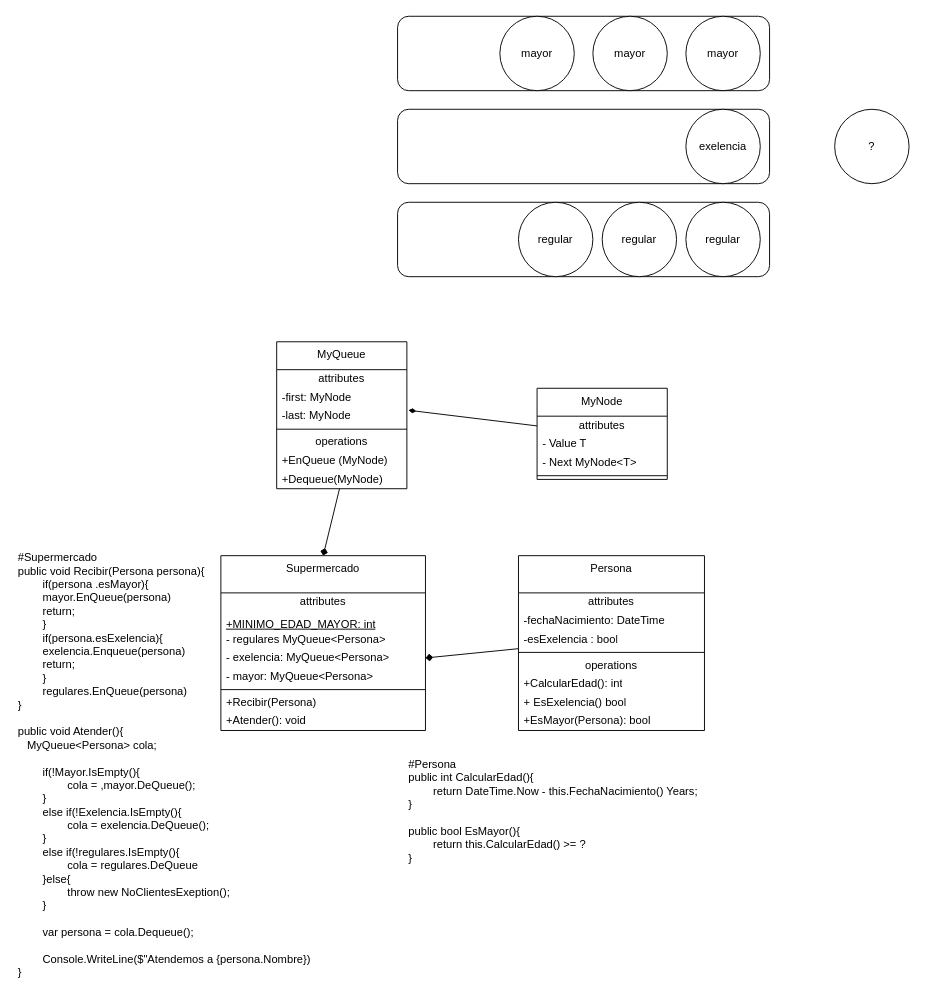
Above: Unidad_2_Programacion/clase5_UML+PATRONES/Supermercado/diagrama/super.dio in EdgarSteinberg/UTN-Programacion-II (draw.io), before the change. Source tidied: cells renumbered, new cells numbered last; positions are measured from the earlier drawing's top-left corner, leaving out a move shared by most shapes. Both pictures are drawn from the tidied source at 93%, with x=0, y=0 at pixel (16, 16).
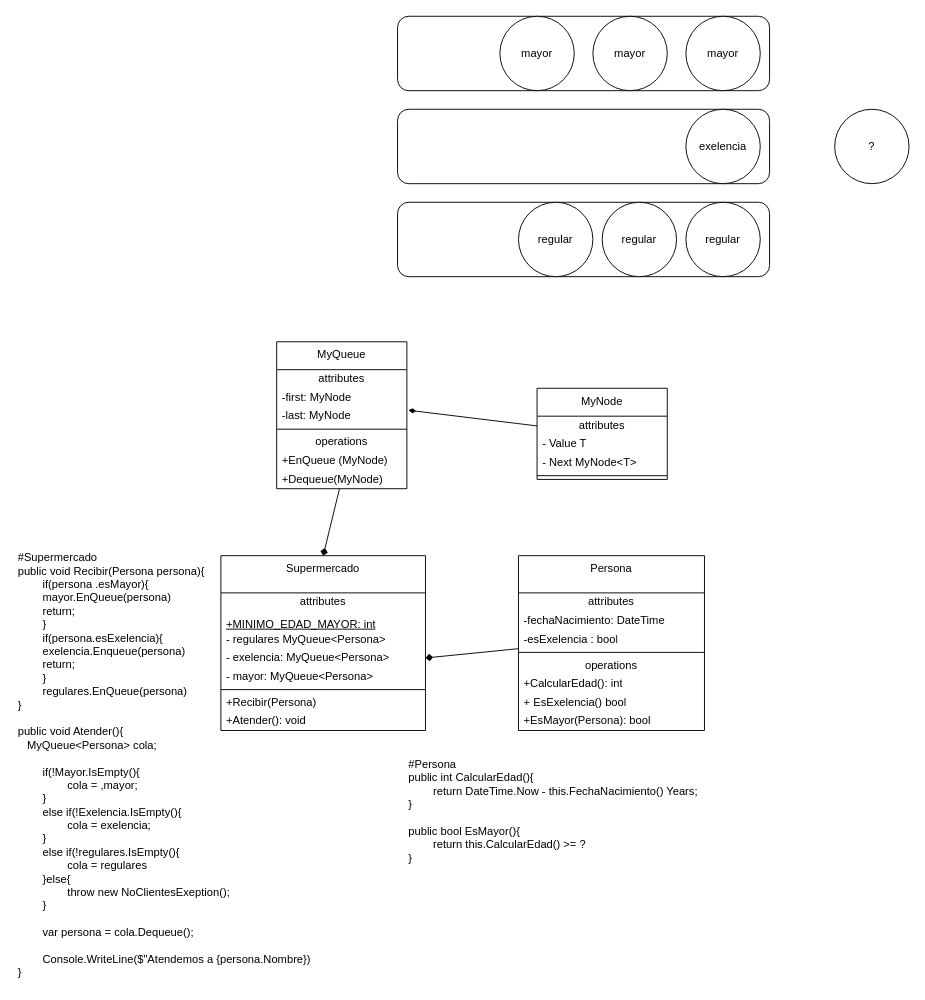
The same diagram, later.

Commit message (it also covers changes not shown here):
agregando clases supermercado y persona

The edit, as a diff of the source:
```diff
@@
-    <mxCell id="47" value="#Supermercado&lt;div&gt;public void Recibir(Persona persona){&lt;/div&gt;&lt;div&gt;&lt;span style=&quot;white-space: pre;&quot;&gt;&#9;&lt;/span&gt;if(persona .esMayor){&lt;/div&gt;&lt;div&gt;&lt;span style=&quot;white-space: pre;&quot;&gt;&#9;&lt;/span&gt;mayor.EnQueue(persona)&lt;/div&gt;&lt;div&gt;&lt;span style=&quot;white-space: pre;&quot;&gt;&#9;&lt;/span&gt;return;&lt;/div&gt;&lt;div&gt;&lt;span style=&quot;white-space: pre;&quot;&gt;&#9;&lt;/span&gt;}&lt;/div&gt;&lt;div&gt;&lt;span style=&quot;white-space: pre;&quot;&gt;&#9;&lt;/span&gt;if(persona.esExelencia){&lt;/div&gt;&lt;div&gt;&lt;span style=&quot;white-space: pre;&quot;&gt;&#9;&lt;/span&gt;exelencia.Enqueue(persona)&lt;/div&gt;&lt;div&gt;&lt;span style=&quot;white-space: pre;&quot;&gt;&#9;&lt;/span&gt;return;&lt;/div&gt;&lt;div&gt;&lt;span style=&quot;white-space: pre;&quot;&gt;&#9;&lt;/span&gt;}&lt;/div&gt;&lt;div&gt;&lt;span style=&quot;white-space: pre;&quot;&gt;&#9;&lt;/span&gt;regulares.EnQueue(persona)&lt;br&gt;&lt;/div&gt;&lt;div&gt;}&lt;/div&gt;&lt;div&gt;&lt;br&gt;&lt;/div&gt;&lt;div&gt;public void Atender(){&lt;/div&gt;&lt;div&gt;&amp;nbsp; &amp;nbsp;MyQueue&amp;lt;Persona&amp;gt; cola;&amp;nbsp;&lt;/div&gt;&lt;div&gt;&lt;br&gt;&lt;/div&gt;&lt;div&gt;&lt;span style=&quot;white-space: pre;&quot;&gt;&#9;&lt;/span&gt;if(!Mayor.IsEmpty(){&lt;/div&gt;&lt;div&gt;&lt;span style=&quot;white-space: pre;&quot;&gt;&#9;&lt;/span&gt;&lt;span style=&quot;white-space: pre;&quot;&gt;&#9;&lt;/span&gt;cola = ,mayor.DeQueue();&lt;br&gt;&lt;/div&gt;&lt;div&gt;&lt;span style=&quot;white-space: pre;&quot;&gt;&#9;&lt;/span&gt;}&lt;br&gt;&lt;/div&gt;&lt;div&gt;&lt;span style=&quot;white-space: pre;&quot;&gt;&#9;&lt;/span&gt;else if(!Exelencia.IsEmpty(){&lt;/div&gt;&lt;div&gt;&lt;span style=&quot;white-space: pre;&quot;&gt;&#9;&lt;span style=&quot;white-space: pre;&quot;&gt;&#9;&lt;/span&gt;cola = exelencia.DeQueue();&lt;/span&gt;&lt;/div&gt;&lt;div&gt;&lt;span style=&quot;white-space: pre;&quot;&gt;&#9;&lt;/span&gt;}&lt;br&gt;&lt;/div&gt;&lt;div&gt;&lt;span style=&quot;white-space: pre;&quot;&gt;&#9;&lt;/span&gt;else if(!regulares.IsEmpty(){&lt;/div&gt;&lt;div&gt;&lt;span style=&quot;white-space: pre;&quot;&gt;&#9;&lt;span style=&quot;white-space: pre;&quot;&gt;&#9;&lt;/span&gt;cola = regulares.DeQueue&lt;/span&gt;&lt;/div&gt;&lt;div&gt;&lt;span style=&quot;white-space: pre;&quot;&gt;&#9;&lt;/span&gt;}else{&lt;span style=&quot;white-space: pre;&quot;&gt;&#9;&lt;/span&gt;&lt;/div&gt;&lt;div&gt;&lt;span style=&quot;white-space: pre;&quot;&gt;&#9;&lt;span style=&quot;white-space: pre;&quot;&gt;&#9;&lt;/span&gt;throw new NoClientesExeption();&lt;/span&gt;&lt;/div&gt;&lt;div&gt;&lt;span style=&quot;white-space: pre;&quot;&gt;&#9;&lt;/span&gt;}&lt;br&gt;&lt;/div&gt;&lt;div&gt;&lt;br&gt;&lt;/div&gt;&lt;div&gt;&lt;span style=&quot;white-space: pre;&quot;&gt;&#9;&lt;/span&gt;var persona = cola.Dequeue();&lt;br&gt;&lt;/div&gt;&lt;div&gt;&lt;br&gt;&lt;/div&gt;&lt;div&gt;&lt;span style=&quot;white-space: pre;&quot;&gt;&#9;&lt;/span&gt;Console.WriteLine($&quot;Atendemos a {persona.Nombre})&lt;br&gt;&lt;/div&gt;&lt;div&gt;}&lt;/div&gt;" style="text;html=1;align=left;verticalAlign=middle;strokeColor=none;fillColor=none;" parent="1" vertex="1">
+    <mxCell id="47" value="#Supermercado&lt;div&gt;public void Recibir(Persona persona){&lt;/div&gt;&lt;div&gt;&lt;span style=&quot;white-space: pre;&quot;&gt;&#9;&lt;/span&gt;if(persona .esMayor){&lt;/div&gt;&lt;div&gt;&lt;span style=&quot;white-space: pre;&quot;&gt;&#9;&lt;/span&gt;mayor.EnQueue(persona)&lt;/div&gt;&lt;div&gt;&lt;span style=&quot;white-space: pre;&quot;&gt;&#9;&lt;/span&gt;return;&lt;/div&gt;&lt;div&gt;&lt;span style=&quot;white-space: pre;&quot;&gt;&#9;&lt;/span&gt;}&lt;/div&gt;&lt;div&gt;&lt;span style=&quot;white-space: pre;&quot;&gt;&#9;&lt;/span&gt;if(persona.esExelencia){&lt;/div&gt;&lt;div&gt;&lt;span style=&quot;white-space: pre;&quot;&gt;&#9;&lt;/span&gt;exelencia.Enqueue(persona)&lt;/div&gt;&lt;div&gt;&lt;span style=&quot;white-space: pre;&quot;&gt;&#9;&lt;/span&gt;return;&lt;/div&gt;&lt;div&gt;&lt;span style=&quot;white-space: pre;&quot;&gt;&#9;&lt;/span&gt;}&lt;/div&gt;&lt;div&gt;&lt;span style=&quot;white-space: pre;&quot;&gt;&#9;&lt;/span&gt;regulares.EnQueue(persona)&lt;br&gt;&lt;/div&gt;&lt;div&gt;}&lt;/div&gt;&lt;div&gt;&lt;br&gt;&lt;/div&gt;&lt;div&gt;public void Atender(){&lt;/div&gt;&lt;div&gt;&amp;nbsp; &amp;nbsp;MyQueue&amp;lt;Persona&amp;gt; cola;&amp;nbsp;&lt;/div&gt;&lt;div&gt;&lt;br&gt;&lt;/div&gt;&lt;div&gt;&lt;span style=&quot;white-space: pre;&quot;&gt;&#9;&lt;/span&gt;if(!Mayor.IsEmpty(){&lt;/div&gt;&lt;div&gt;&lt;span style=&quot;white-space: pre;&quot;&gt;&#9;&lt;/span&gt;&lt;span style=&quot;white-space: pre;&quot;&gt;&#9;&lt;/span&gt;cola = ,mayor;&lt;br&gt;&lt;/div&gt;&lt;div&gt;&lt;span style=&quot;white-space: pre;&quot;&gt;&#9;&lt;/span&gt;}&lt;br&gt;&lt;/div&gt;&lt;div&gt;&lt;span style=&quot;white-space: pre;&quot;&gt;&#9;&lt;/span&gt;else if(!Exelencia.IsEmpty(){&lt;/div&gt;&lt;div&gt;&lt;span style=&quot;white-space: pre;&quot;&gt;&#9;&lt;span style=&quot;white-space: pre;&quot;&gt;&#9;&lt;/span&gt;cola = exelencia;&lt;/span&gt;&lt;/div&gt;&lt;div&gt;&lt;span style=&quot;white-space: pre;&quot;&gt;&#9;&lt;/span&gt;}&lt;br&gt;&lt;/div&gt;&lt;div&gt;&lt;span style=&quot;white-space: pre;&quot;&gt;&#9;&lt;/span&gt;else if(!regulares.IsEmpty(){&lt;/div&gt;&lt;div&gt;&lt;span style=&quot;white-space: pre;&quot;&gt;&#9;&lt;span style=&quot;white-space: pre;&quot;&gt;&#9;&lt;/span&gt;cola = regulares&lt;/span&gt;&lt;/div&gt;&lt;div&gt;&lt;span style=&quot;white-space: pre;&quot;&gt;&#9;&lt;/span&gt;}else{&lt;span style=&quot;white-space: pre;&quot;&gt;&#9;&lt;/span&gt;&lt;/div&gt;&lt;div&gt;&lt;span style=&quot;white-space: pre;&quot;&gt;&#9;&lt;span style=&quot;white-space: pre;&quot;&gt;&#9;&lt;/span&gt;throw new NoClientesExeption();&lt;/span&gt;&lt;/div&gt;&lt;div&gt;&lt;span style=&quot;white-space: pre;&quot;&gt;&#9;&lt;/span&gt;}&lt;br&gt;&lt;/div&gt;&lt;div&gt;&lt;br&gt;&lt;/div&gt;&lt;div&gt;&lt;span style=&quot;white-space: pre;&quot;&gt;&#9;&lt;/span&gt;var persona = cola.Dequeue();&lt;br&gt;&lt;/div&gt;&lt;div&gt;&lt;br&gt;&lt;/div&gt;&lt;div&gt;&lt;span style=&quot;white-space: pre;&quot;&gt;&#9;&lt;/span&gt;Console.WriteLine($&quot;Atendemos a {persona.Nombre})&lt;br&gt;&lt;/div&gt;&lt;div&gt;}&lt;/div&gt;" style="text;html=1;align=left;verticalAlign=middle;strokeColor=none;fillColor=none;" parent="1" vertex="1">
       <mxGeometry y="570" width="340" height="470" as="geometry" />
     </mxCell>
```
